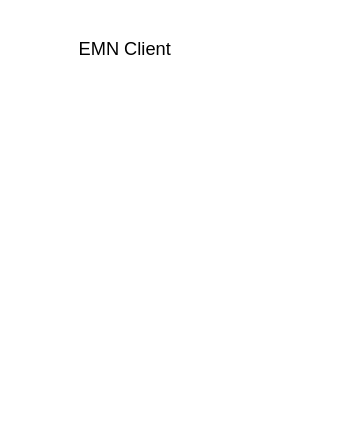
Earlier version of the draw.io diagram Architecture/EMN.drawio (Ihaventusername/EvolutionaryMathbasedNetwork). Source tidied: cells renumbered, new cells numbered last; positions are measured from the earlier drawing's top-left corner, leaving out a move shared by most shapes. Both pictures are drawn from the tidied source at 152%, with x=0, y=0 at pixel (56, 26).
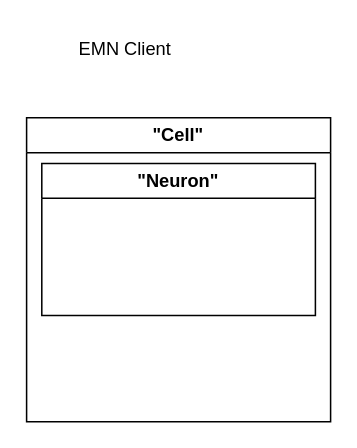
The same diagram, later.

What changed in the source:
```diff
@@
 <mxGraphModel>
   <root>
     <mxCell id="0" />
     <mxCell id="1" parent="0" />
     <mxCell id="2" value="EMN Client" style="text;html=1;whiteSpace=wrap;strokeColor=none;fillColor=none;align=center;verticalAlign=middle;rounded=0;" parent="1" vertex="1">
       <mxGeometry width="90" height="30" as="geometry" />
     </mxCell>
+    <mxCell id="3" value="&quot;Cell&lt;span style=&quot;background-color: transparent; color: light-dark(rgb(0, 0, 0), rgb(255, 255, 255));&quot;&gt;&quot;&lt;/span&gt;" style="swimlane;whiteSpace=wrap;html=1;" parent="1" vertex="1">
+      <mxGeometry x="-20" y="60" width="200" height="200" as="geometry" />
+    </mxCell>
+    <mxCell id="4" value="&quot;Neuron&quot;" style="swimlane;whiteSpace=wrap;html=1;" parent="3" vertex="1">
+      <mxGeometry x="10" y="30" width="180" height="100" as="geometry" />
+    </mxCell>
   </root>
 </mxGraphModel>
```
